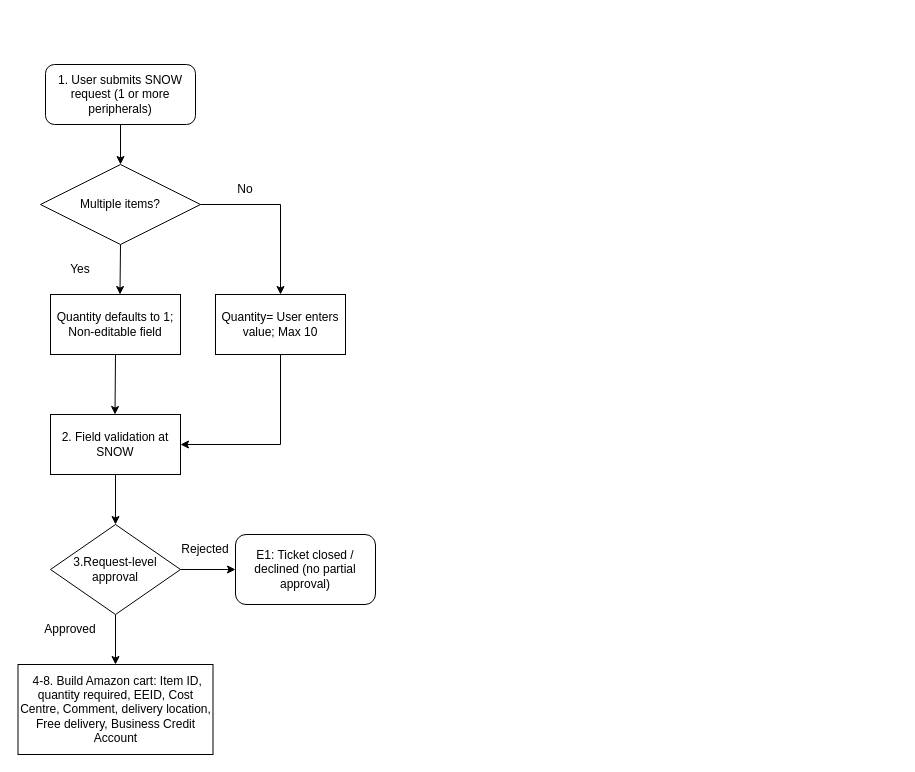
Earlier version of the draw.io diagram Order Placing.drawio (skunduam/draw.io-diagrams). Source tidied: cells renumbered, new cells numbered last; positions are measured from the earlier drawing's top-left corner, leaving out a move shared by most shapes. Both pictures are drawn from the tidied source at 100%, with x=0, y=0 at pixel (17, 64).
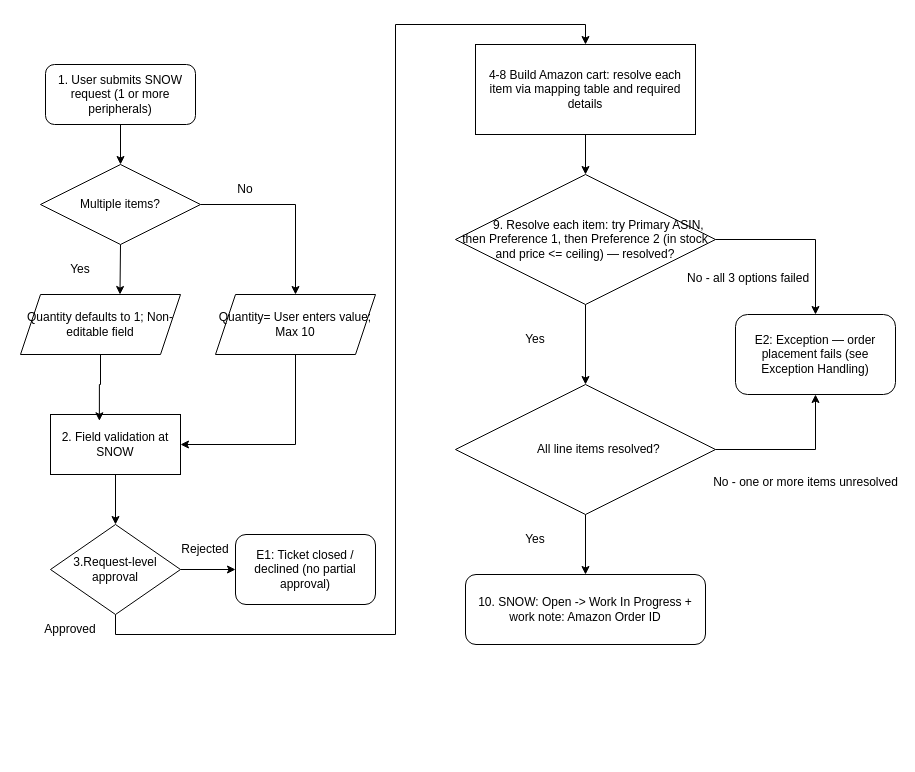
The same diagram, later.

Unchanged cells that the change refers to:
```xml
<mxCell id="12" value="&lt;font&gt;2. Field validation at SNOW&lt;/font&gt;" style="rounded=0;whiteSpace=wrap;html=1;fontSize=12;" parent="1" vertex="1">
  <mxGeometry x="33" y="350" width="130" height="60" as="geometry" />
</mxCell>
<mxCell id="17" value="3.Request-level approval" style="rhombus;whiteSpace=wrap;html=1;shapeInside=1;" parent="1" vertex="1">
  <mxGeometry x="33" y="460" width="130" height="90" as="geometry" />
</mxCell>
```

What changed in the source:
```diff
@@
-    <mxCell id="7" style="edgeStyle=orthogonalEdgeStyle;rounded=0;jettySize=auto;html=1;exitX=0.5;exitY=1;exitDx=0;exitDy=0;" parent="1" edge="1" source="8">
-      <mxGeometry relative="1" as="geometry">
-        <mxPoint x="97.5" y="350" as="targetPoint" />
-      </mxGeometry>
-    </mxCell>
-    <mxCell id="8" value="&lt;font&gt;Quantity defaults to 1; Non-editable field&lt;/font&gt;" style="rounded=0;whiteSpace=wrap;html=1;" parent="1" vertex="1">
-      <mxGeometry x="33" y="230" width="130" height="60" as="geometry" />
+    <mxCell id="8" value="&lt;font&gt;Quantity defaults to 1; Non-editable field&lt;/font&gt;" style="rounded=0;whiteSpace=wrap;html=1;shape=parallelogram;perimeter=parallelogramPerimeter;shapeInside=1;fixedSize=1;" parent="1" vertex="1">
+      <mxGeometry x="3" y="230" width="160" height="60" as="geometry" />
     </mxCell>
@@
-    <mxCell id="10" value="Quantity= User enters value; Max 10" style="rounded=0;whiteSpace=wrap;html=1;" parent="1" vertex="1">
-      <mxGeometry x="198" y="230" width="130" height="60" as="geometry" />
+    <mxCell id="10" value="Quantity= User enters value; Max 10" style="rounded=0;whiteSpace=wrap;html=1;shape=parallelogram;perimeter=parallelogramPerimeter;shapeInside=1;fixedSize=1;" parent="1" vertex="1">
+      <mxGeometry x="198" y="230" width="160" height="60" as="geometry" />
     </mxCell>
@@
     <mxCell id="16" style="edgeStyle=orthogonalEdgeStyle;rounded=0;jettySize=auto;html=1;exitX=0.5;exitY=1;exitDx=0;exitDy=0;entryX=0.5;entryY=0;entryDx=0;entryDy=0;" parent="1" edge="1" source="17" target="20">
-      <mxGeometry relative="1" as="geometry" />
+      <mxGeometry relative="1" as="geometry">
+        <Array as="points">
+          <mxPoint x="98" y="570" />
+          <mxPoint x="378" y="570" />
+          <mxPoint x="378" y="-40" />
+          <mxPoint x="568" y="-40" />
+        </Array>
+      </mxGeometry>
     </mxCell>
@@
+    <mxCell id="22" style="edgeStyle=orthogonalEdgeStyle;rounded=0;jettySize=auto;html=1;exitX=0.5;exitY=1;exitDx=0;exitDy=0;" parent="1" edge="1" source="20" target="25">
+      <mxGeometry relative="1" as="geometry" />
+    </mxCell>
-    <mxCell id="20" value="&amp;nbsp;4-8. Build Amazon cart: Item ID, quantity required, EEID, Cost Centre, Comment, delivery location, Free delivery, Business Credit Account" style="rounded=0;whiteSpace=wrap;html=1;" parent="1" vertex="1">
-      <mxGeometry x="0.5" y="600" width="195" height="90" as="geometry" />
+    <mxCell id="20" value="4-8 Build Amazon cart: resolve each item via mapping table and required details" style="rounded=0;whiteSpace=wrap;html=1;" parent="1" vertex="1">
+      <mxGeometry x="458" y="-20" width="220" height="90" as="geometry" />
     </mxCell>
@@
+    <mxCell id="23" style="edgeStyle=orthogonalEdgeStyle;rounded=0;jettySize=auto;html=1;" parent="1" edge="1" source="25" target="28">
+      <mxGeometry relative="1" as="geometry" />
+    </mxCell>
+    <mxCell id="24" style="edgeStyle=orthogonalEdgeStyle;rounded=0;jettySize=auto;html=1;exitX=1;exitY=0.5;exitDx=0;exitDy=0;" parent="1" edge="1" source="25" target="30">
+      <mxGeometry relative="1" as="geometry" />
+    </mxCell>
+    <mxCell id="25" value="&lt;span style=&quot;white-space: normal;&quot;&gt;&lt;span style=&quot;white-space:pre&quot;&gt;&#9;&lt;/span&gt;9. Resolve each item: try Primary ASIN, then Preference 1, then Preference 2 (in stock and price &amp;lt;= ceiling) — resolved?&lt;/span&gt;" style="rhombus;whiteSpace=wrap;html=1;shapeInside=1;" parent="1" vertex="1">
+      <mxGeometry x="438" y="110" width="260" height="130" as="geometry" />
+    </mxCell>
+    <mxCell id="26" value="&lt;font style=&quot;font-size: 12px;&quot;&gt;&lt;br&gt;No - one or more items unresolved&lt;br&gt;&lt;/font&gt;" style="edgeStyle=orthogonalEdgeStyle;rounded=0;jettySize=auto;html=1;exitX=1;exitY=0.5;exitDx=0;exitDy=0;entryX=0.5;entryY=1;entryDx=0;entryDy=0;" parent="1" edge="1" source="28" target="30">
+      <mxGeometry x="0.16" y="-25" relative="1" as="geometry" />
+    </mxCell>
+    <mxCell id="27" style="edgeStyle=orthogonalEdgeStyle;rounded=0;jettySize=auto;html=1;" parent="1" edge="1" source="28" target="33">
+      <mxGeometry relative="1" as="geometry" />
+    </mxCell>
+    <mxCell id="28" value="&lt;span style=&quot;white-space: normal;&quot;&gt;&lt;span style=&quot;white-space:pre&quot;&gt;&#9;&lt;/span&gt;All line items resolved?&lt;/span&gt;" style="rhombus;whiteSpace=wrap;html=1;shapeInside=1;" parent="1" vertex="1">
+      <mxGeometry x="438" y="320" width="260" height="130" as="geometry" />
+    </mxCell>
+    <mxCell id="29" value="Yes" style="text;html=1;whiteSpace=wrap;strokeColor=none;fillColor=none;align=center;verticalAlign=middle;rounded=0;" parent="1" vertex="1">
+      <mxGeometry x="488" y="260" width="60" height="30" as="geometry" />
+    </mxCell>
+    <mxCell id="30" value="E2: Exception — order placement fails (see Exception Handling)" style="rounded=1;whiteSpace=wrap;html=1;" parent="1" vertex="1">
+      <mxGeometry x="718" y="250" width="160" height="80" as="geometry" />
+    </mxCell>
+    <mxCell id="31" style="edgeStyle=orthogonalEdgeStyle;rounded=0;jettySize=auto;html=1;exitX=0.5;exitY=1;exitDx=0;exitDy=0;entryX=0.376;entryY=0.105;entryDx=0;entryDy=0;entryPerimeter=0;" parent="1" edge="1" source="8" target="12">
+      <mxGeometry relative="1" as="geometry" />
+    </mxCell>
+    <mxCell id="32" value="No - all 3 options failed" style="text;whiteSpace=wrap;html=1;" parent="1" vertex="1">
+      <mxGeometry x="668" y="200" width="160" height="40" as="geometry" />
+    </mxCell>
+    <mxCell id="33" value="10. SNOW: Open -&amp;gt; Work In Progress + work note: Amazon Order ID" style="rounded=1;whiteSpace=wrap;html=1;" parent="1" vertex="1">
+      <mxGeometry x="448" y="510" width="240" height="70" as="geometry" />
+    </mxCell>
+    <mxCell id="34" value="Yes" style="text;html=1;whiteSpace=wrap;strokeColor=none;fillColor=none;align=center;verticalAlign=middle;rounded=0;" parent="1" vertex="1">
+      <mxGeometry x="488" y="460" width="60" height="30" as="geometry" />
+    </mxCell>
```
